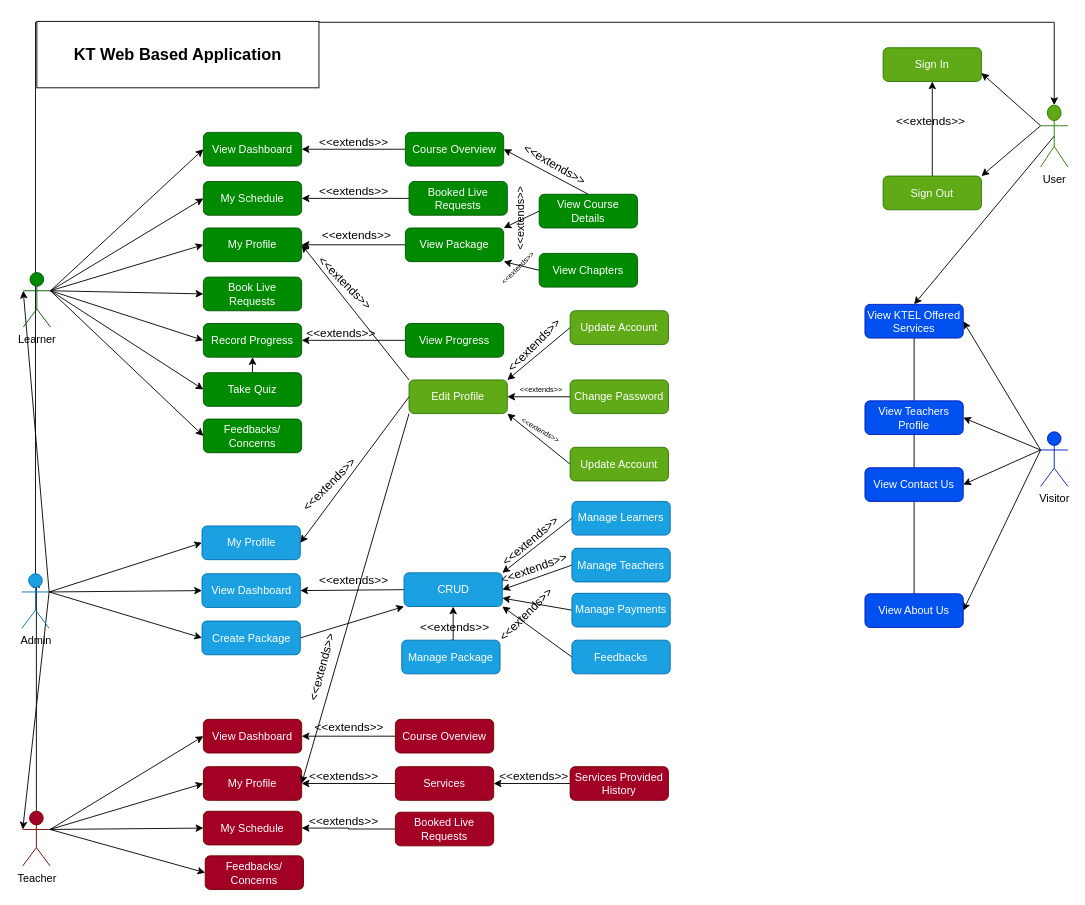
Earlier version of the draw.io diagram page "Use Case Diagram(Categorized)" (12 of 13) of Untitled Diagram.drawio (Nashciong/JavaCodes). Source tidied: cells renumbered, new cells numbered last; positions are measured from the earlier drawing's top-left corner, leaving out a move shared by most shapes. Both pictures are drawn from the tidied source at 91%, with x=0, y=0 at pixel (21, 21).
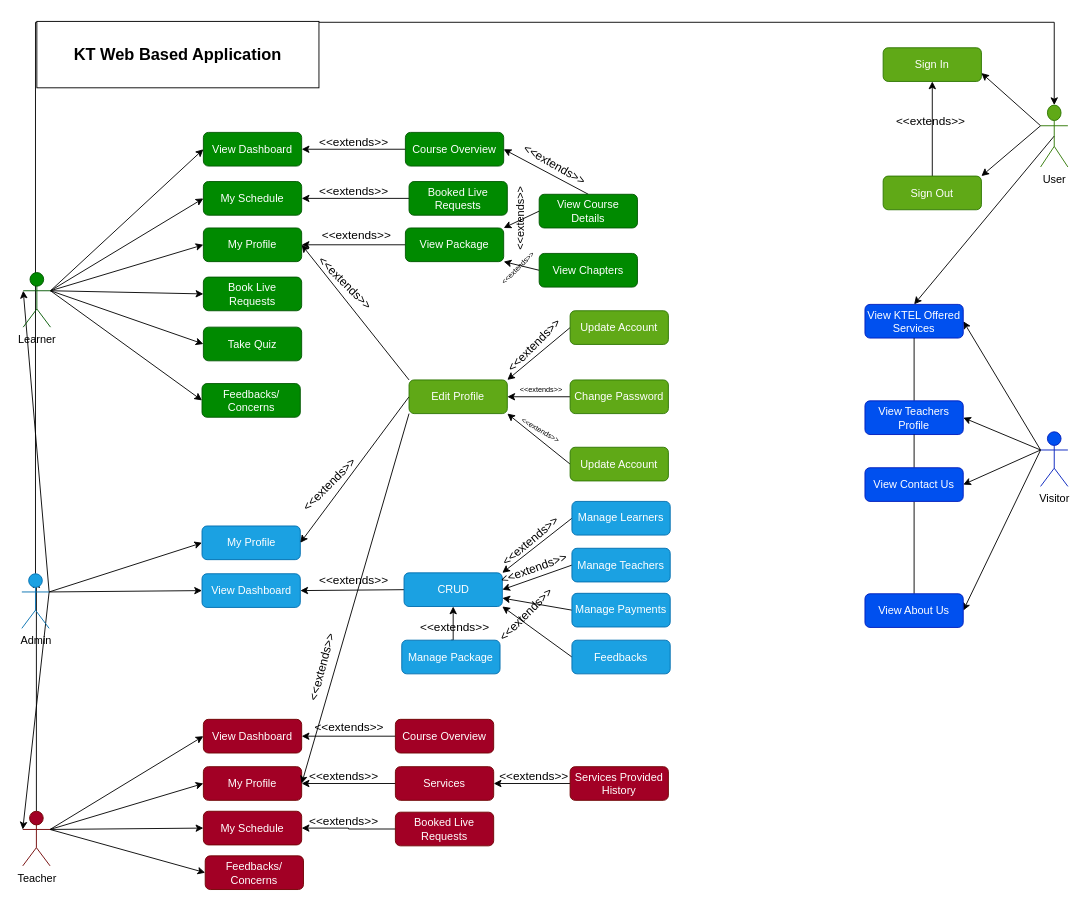
The same page after the edit.

Unchanged cells that the change refers to:
```xml
<mxCell id="33" value="Learner" style="shape=umlActor;verticalLabelPosition=bottom;verticalAlign=top;html=1;outlineConnect=0;fontColor=#000000;fillColor=#008a00;strokeColor=#005700;" parent="1" vertex="1">
  <mxGeometry x="2" y="276" width="30" height="60" as="geometry" />
</mxCell>
<mxCell id="50" value="CRUD" style="rounded=1;whiteSpace=wrap;html=1;fillColor=#1ba1e2;fontColor=#ffffff;strokeColor=#006EAF;" parent="1" vertex="1">
  <mxGeometry x="420.5" y="606" width="108" height="37" as="geometry" />
</mxCell>
<mxCell id="83" value="Admin" style="shape=umlActor;verticalLabelPosition=bottom;verticalAlign=top;html=1;outlineConnect=0;fillColor=#1ba1e2;fontColor=#000000;strokeColor=#006EAF;" parent="1" vertex="1">
  <mxGeometry x="0.5" y="607" width="30" height="60" as="geometry" />
</mxCell>
```

Change to the diagram source:
```diff
@@
-    <mxCell id="13" style="rounded=0;jettySize=auto;html=1;exitX=1;exitY=0.3333333333333333;exitDx=0;exitDy=0;exitPerimeter=0;entryX=0;entryY=0.5;entryDx=0;entryDy=0;" parent="1" edge="1" source="83" target="78">
-      <mxGeometry relative="1" as="geometry" />
-    </mxCell>
@@
-    <mxCell id="30" style="rounded=0;jettySize=auto;html=1;exitX=1;exitY=0.3333333333333333;exitDx=0;exitDy=0;exitPerimeter=0;entryX=0;entryY=0.5;entryDx=0;entryDy=0;" parent="1" edge="1" source="33" target="38">
-      <mxGeometry relative="1" as="geometry" />
-    </mxCell>
@@
-    <mxCell id="38" value="Record Progress" style="rounded=1;whiteSpace=wrap;html=1;fillColor=#008a00;fontColor=#ffffff;strokeColor=#005700;" parent="1" vertex="1">
-      <mxGeometry x="200" y="332" width="108" height="37" as="geometry" />
-    </mxCell>
@@
-    <mxCell id="73" style="edgeStyle=orthogonalEdgeStyle;rounded=0;jettySize=auto;html=1;exitX=0.5;exitY=0;exitDx=0;exitDy=0;entryX=0.5;entryY=1;entryDx=0;entryDy=0;" parent="1" edge="1" source="74" target="38">
-      <mxGeometry relative="1" as="geometry" />
-    </mxCell>
     <mxCell id="74" value="Take Quiz" style="rounded=1;whiteSpace=wrap;html=1;fillColor=#008a00;fontColor=#ffffff;strokeColor=#005700;" parent="1" vertex="1">
-      <mxGeometry x="200" y="386" width="108" height="37" as="geometry" />
+      <mxGeometry x="200" y="336" width="108" height="37" as="geometry" />
     </mxCell>
-    <mxCell id="75" style="edgeStyle=orthogonalEdgeStyle;rounded=0;jettySize=auto;html=1;exitX=0;exitY=0.5;exitDx=0;exitDy=0;entryX=1;entryY=0.5;entryDx=0;entryDy=0;" parent="1" edge="1" source="76" target="38">
-      <mxGeometry relative="1" as="geometry" />
-    </mxCell>
-    <mxCell id="76" value="View Progress" style="rounded=1;whiteSpace=wrap;html=1;fillColor=#008a00;fontColor=#ffffff;strokeColor=#005700;" parent="1" vertex="1">
-      <mxGeometry x="422" y="332" width="108" height="37" as="geometry" />
-    </mxCell>
-    <mxCell id="77" style="rounded=0;jettySize=auto;html=1;exitX=1;exitY=0.5;exitDx=0;exitDy=0;entryX=0;entryY=1;entryDx=0;entryDy=0;" parent="1" edge="1" source="78" target="50">
-      <mxGeometry relative="1" as="geometry" />
-    </mxCell>
-    <mxCell id="78" value="Create Package" style="rounded=1;whiteSpace=wrap;html=1;fillColor=#1ba1e2;fontColor=#ffffff;strokeColor=#006EAF;" parent="1" vertex="1">
-      <mxGeometry x="198.5" y="659" width="108" height="37" as="geometry" />
-    </mxCell>
@@
-    <mxCell id="101" value="&lt;font style=&quot;font-size: 13px;&quot;&gt;&amp;lt;&amp;lt;extends&amp;gt;&amp;gt;&lt;/font&gt;" style="text;html=1;align=center;verticalAlign=middle;strokeColor=none;fillColor=none;rotation=0;fontSize=13;" parent="1" vertex="1">
-      <mxGeometry x="301" y="327" width="100" height="30" as="geometry" />
-    </mxCell>
@@
     <mxCell id="123" value="Feedbacks/&lt;br&gt;Concerns" style="rounded=1;whiteSpace=wrap;html=1;fillColor=#008a00;fontColor=#ffffff;strokeColor=#005700;" parent="1" vertex="1">
-      <mxGeometry x="200" y="437" width="108" height="37" as="geometry" />
+      <mxGeometry x="198.5" y="398" width="108" height="37" as="geometry" />
     </mxCell>
```
